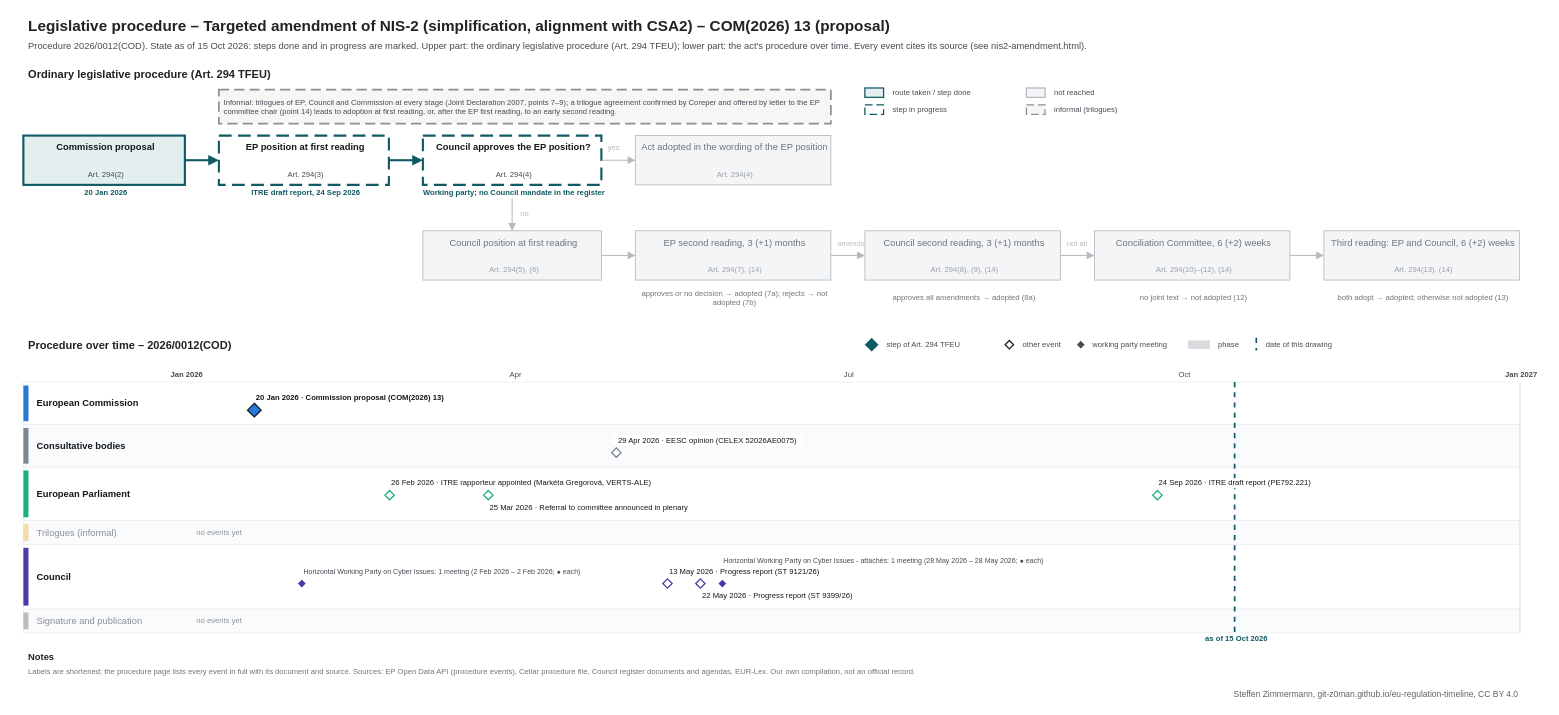
This is procedures/nis2-amendment.drawio from git-z0man/eu-regulation-timeline, a draw.io file, before an edit. Source tidied: cells renumbered, new cells numbered last; positions are measured from the earlier drawing's top-left corner, leaving out a move shared by most shapes. Both pictures are drawn from the tidied source at 85%, with x=0, y=0 at pixel (14, 14).
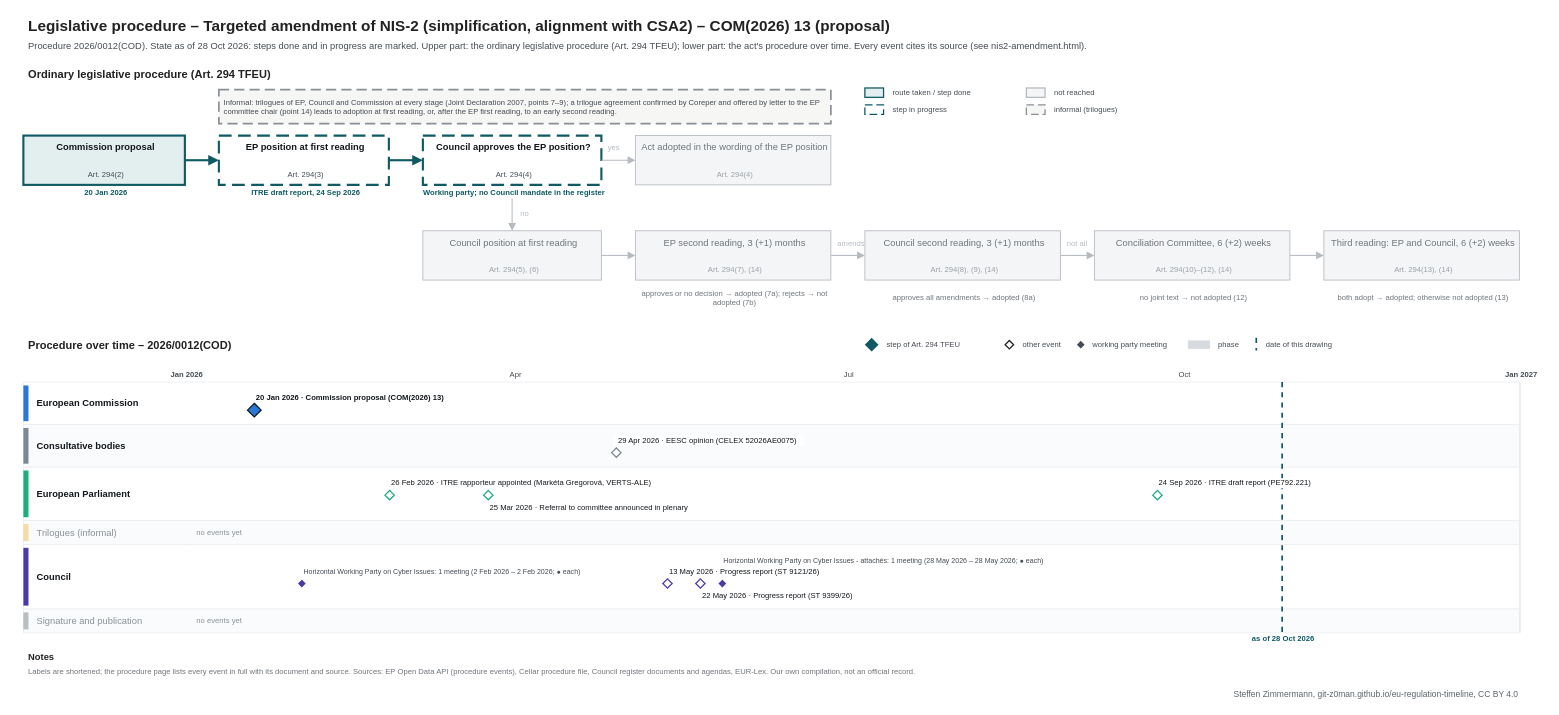
Above is the later version.

Change to the diagram source:
```diff
@@
-    <mxCell id="3" value="Procedure 2026/0012(COD). State as of 15 Oct 2026: steps done and in progress are marked. Upper part: the ordinary legislative procedure (Art. 294 TFEU); lower part: the act's procedure over time. Every event cites its source (see nis2-amendment.html)." style="text;html=1;fontSize=11;fontColor=#454c53;align=left;verticalAlign=middle;spacingLeft=4;" parent="1" vertex="1">
+    <mxCell id="3" value="Procedure 2026/0012(COD). State as of 28 Oct 2026: steps done and in progress are marked. Upper part: the ordinary legislative procedure (Art. 294 TFEU); lower part: the act's procedure over time. Every event cites its source (see nis2-amendment.html)." style="text;html=1;fontSize=11;fontColor=#454c53;align=left;verticalAlign=middle;spacingLeft=4;" parent="1" vertex="1">
       <mxGeometry x="10" y="28" width="1700" height="18" as="geometry" />
     </mxCell>
@@
     <mxCell id="110" style="line;html=1;strokeWidth=2;strokeColor=#0f5a63;direction=south;dashed=1;" parent="1" vertex="1">
-      <mxGeometry x="1434.5" y="432" width="1" height="295" as="geometry" />
+      <mxGeometry x="1490.4" y="432" width="1" height="295" as="geometry" />
     </mxCell>
-    <mxCell id="111" value="as of 15 Oct 2026" style="text;html=1;fontSize=9;fontColor=#0f5a63;align=center;verticalAlign=middle;spacingLeft=4;fontStyle=1;" parent="1" vertex="1">
-      <mxGeometry x="1374.5" y="728" width="120" height="12" as="geometry" />
+    <mxCell id="111" value="as of 28 Oct 2026" style="text;html=1;fontSize=9;fontColor=#0f5a63;align=center;verticalAlign=middle;spacingLeft=4;fontStyle=1;" parent="1" vertex="1">
+      <mxGeometry x="1430.4" y="728" width="120" height="12" as="geometry" />
     </mxCell>
```
